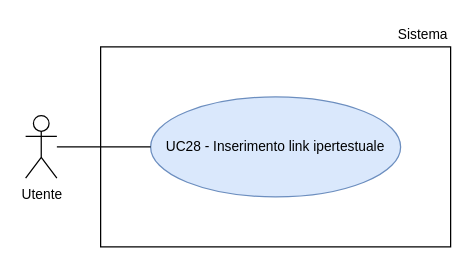
Before: RTB/doc_esterna/analisi-dei-requisiti/assets/draw.io/UC28.drawio in thebitless-group-swe/thebitless.github.io, a draw.io diagram. Source tidied: cells renumbered, new cells numbered last; positions are measured from the earlier drawing's top-left corner, leaving out a move shared by most shapes. Both pictures are drawn from the tidied source at 125%, with x=0, y=0 at pixel (25, 21).
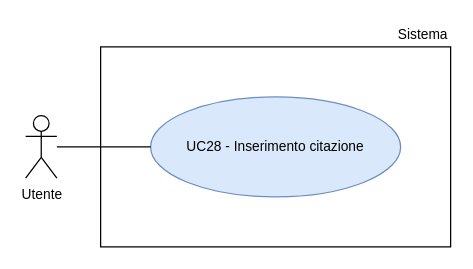
The same page after the edit.

Change to the diagram source:
```diff
@@
 <mxGraphModel>
   <root>
     <mxCell id="0" />
     <mxCell id="1" parent="0" />
     <mxCell id="2" value="Utente" style="shape=umlActor;verticalLabelPosition=bottom;verticalAlign=top;html=1;outlineConnect=0;fontSize=11;" parent="1" vertex="1">
       <mxGeometry y="75" width="25" height="50" as="geometry" />
     </mxCell>
     <mxCell id="3" style="rounded=0;whiteSpace=wrap;html=1;strokeWidth=1;" parent="1" vertex="1">
       <mxGeometry x="60" y="20" width="280" height="160" as="geometry" />
     </mxCell>
     <mxCell id="4" value="Sistema" style="text;html=1;whiteSpace=wrap;strokeColor=none;fillColor=none;align=right;verticalAlign=middle;fontSize=11;" parent="1" vertex="1">
       <mxGeometry x="270" width="70" height="20" as="geometry" />
     </mxCell>
-    <mxCell id="5" value="UC28 - Inserimento link ipertestuale" style="ellipse;whiteSpace=wrap;html=1;fillColor=#dae8fc;strokeColor=#6c8ebf;fontSize=11;" parent="1" vertex="1">
+    <mxCell id="5" value="UC28 - Inserimento citazione" style="ellipse;whiteSpace=wrap;html=1;fillColor=#dae8fc;strokeColor=#6c8ebf;fontSize=11;" parent="1" vertex="1">
       <mxGeometry x="100" y="60" width="200" height="80" as="geometry" />
     </mxCell>
     <mxCell id="6" style="edgeStyle=none;rounded=0;jettySize=auto;html=1;endArrow=none;endFill=0;" parent="1" edge="1" source="2" target="5">
       <mxGeometry relative="1" as="geometry" />
     </mxCell>
   </root>
 </mxGraphModel>
```
